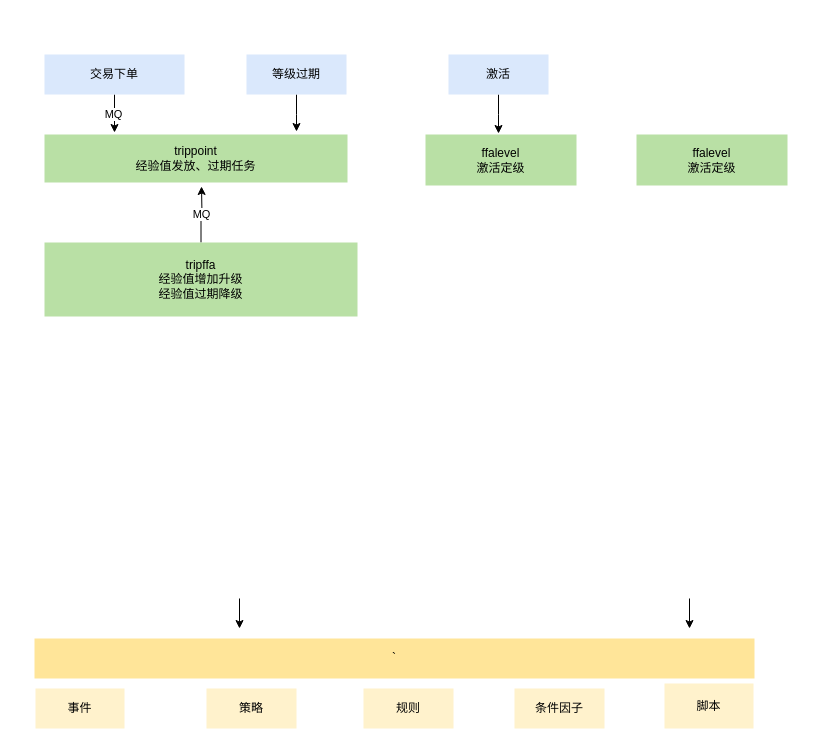
Earlier version of the draw.io diagram page "升级体系" (7 of 7) of 会员成长平台.drawio (renqiuming/drawio). Source tidied: cells renumbered, new cells numbered last; positions are measured from the earlier drawing's top-left corner, leaving out a move shared by most shapes. Both pictures are drawn from the tidied source at 100%, with x=0, y=0 at pixel (34, 54).
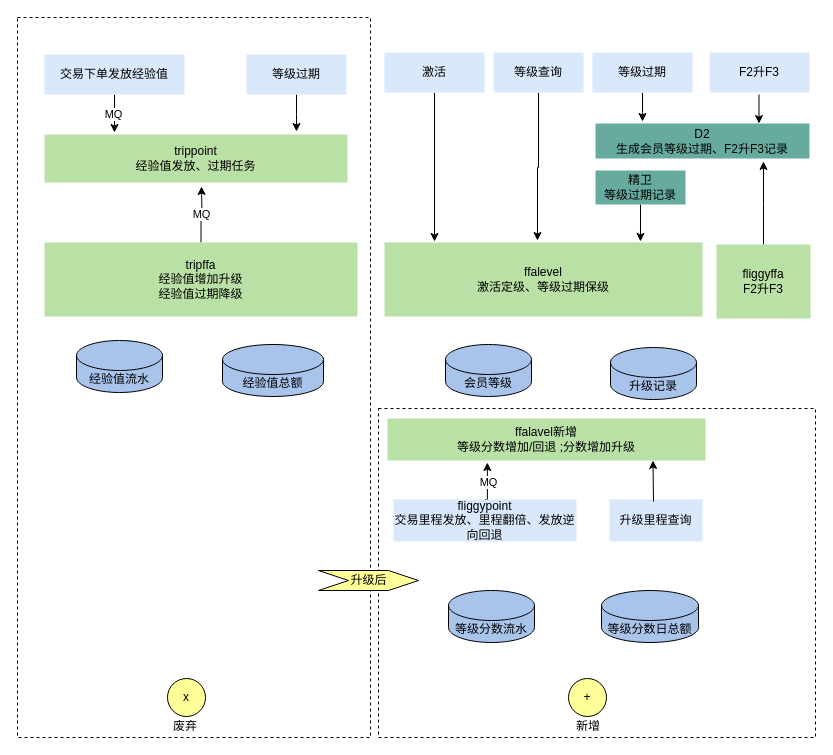
After the change.

Commit message:
更新会员成长平台.drawio

The edit, as a diff of the source:
```diff
@@
-    <mxCell id="2" value="`" style="rounded=0;whiteSpace=wrap;html=1;fillColor=#FFE599;strokeColor=none;" parent="1" vertex="1">
-      <mxGeometry y="584" width="720" height="40" as="geometry" />
-    </mxCell>
-    <mxCell id="3" style="edgeStyle=orthogonalEdgeStyle;rounded=0;orthogonalLoop=1;jettySize=auto;html=1;" parent="1" edge="1">
-      <mxGeometry relative="1" as="geometry">
-        <mxPoint x="205" y="544" as="sourcePoint" />
-        <mxPoint x="205" y="574" as="targetPoint" />
-      </mxGeometry>
-    </mxCell>
+    <mxCell id="22" style="rounded=0;whiteSpace=wrap;html=1;dashed=1;" parent="1" vertex="1">
+      <mxGeometry x="344" y="354" width="437" height="329" as="geometry" />
+    </mxCell>
+    <mxCell id="23" style="rounded=0;whiteSpace=wrap;html=1;dashed=1;" parent="1" vertex="1">
+      <mxGeometry x="-17" y="-37" width="353" height="720" as="geometry" />
+    </mxCell>
@@
-    <mxCell id="6" value="交易下单" style="rounded=0;whiteSpace=wrap;html=1;fillColor=#dae8fc;strokeColor=none;" parent="1" vertex="1">
+    <mxCell id="6" value="交易下单发放经验值" style="rounded=0;whiteSpace=wrap;html=1;fillColor=#dae8fc;strokeColor=none;" parent="1" vertex="1">
       <mxGeometry x="10" width="140" height="40" as="geometry" />
     </mxCell>
     <mxCell id="7" style="edgeStyle=orthogonalEdgeStyle;rounded=0;jettySize=auto;html=1;" parent="1" edge="1" source="8">
       <mxGeometry relative="1" as="geometry">
-        <mxPoint x="464" y="79" as="targetPoint" />
+        <mxPoint x="400" y="187" as="targetPoint" />
       </mxGeometry>
     </mxCell>
     <mxCell id="8" value="激活" style="rounded=0;whiteSpace=wrap;html=1;fillColor=#dae8fc;strokeColor=none;" parent="1" vertex="1">
-      <mxGeometry x="414" width="100" height="40" as="geometry" />
+      <mxGeometry x="350" y="-2" width="100" height="40" as="geometry" />
     </mxCell>
-    <mxCell id="9" style="edgeStyle=orthogonalEdgeStyle;rounded=0;orthogonalLoop=1;jettySize=auto;html=1;" parent="1" edge="1">
-      <mxGeometry relative="1" as="geometry">
-        <mxPoint x="655" y="544" as="sourcePoint" />
-        <mxPoint x="655" y="574" as="targetPoint" />
-      </mxGeometry>
-    </mxCell>
-    <mxCell id="10" value="事件" style="rounded=0;whiteSpace=wrap;html=1;fillColor=#FFF2CC;strokeColor=none;" parent="1" vertex="1">
-      <mxGeometry x="1" y="634" width="89" height="40" as="geometry" />
-    </mxCell>
-    <mxCell id="11" value="策略" style="rounded=0;whiteSpace=wrap;html=1;fillColor=#FFF2CC;strokeColor=none;" parent="1" vertex="1">
-      <mxGeometry x="172" y="634" width="90" height="40" as="geometry" />
-    </mxCell>
-    <mxCell id="12" value="规则" style="rounded=0;whiteSpace=wrap;html=1;fillColor=#FFF2CC;strokeColor=none;" parent="1" vertex="1">
-      <mxGeometry x="329" y="634" width="90" height="40" as="geometry" />
-    </mxCell>
-    <mxCell id="13" value="条件因子" style="rounded=0;whiteSpace=wrap;html=1;fillColor=#FFF2CC;strokeColor=none;" parent="1" vertex="1">
-      <mxGeometry x="480" y="634" width="90" height="40" as="geometry" />
-    </mxCell>
-    <mxCell id="14" value="脚本" style="rounded=0;whiteSpace=wrap;html=1;fillColor=#FFF2CC;strokeColor=none;" parent="1" vertex="1">
-      <mxGeometry x="630" y="629" width="89" height="45" as="geometry" />
-    </mxCell>
@@
-    <mxCell id="20" value="ffalevel&lt;br&gt;激活定级" style="rounded=0;whiteSpace=wrap;html=1;fillColor=#B9E0A5;strokeColor=none;" parent="1" vertex="1">
-      <mxGeometry x="391" y="80" width="151" height="51" as="geometry" />
+    <mxCell id="20" value="ffalevel&lt;br&gt;激活定级、等级过期保级&lt;br&gt;" style="rounded=0;whiteSpace=wrap;html=1;fillColor=#B9E0A5;strokeColor=none;" parent="1" vertex="1">
+      <mxGeometry x="350" y="188" width="318" height="74" as="geometry" />
     </mxCell>
+    <mxCell id="24" style="edgeStyle=orthogonalEdgeStyle;rounded=0;jettySize=auto;html=1;entryX=0.805;entryY=-0.014;entryDx=0;entryDy=0;entryPerimeter=0;" parent="1" edge="1" source="21" target="20">
+      <mxGeometry relative="1" as="geometry" />
+    </mxCell>
-    <mxCell id="21" value="ffalevel&lt;br&gt;激活定级" style="rounded=0;whiteSpace=wrap;html=1;fillColor=#B9E0A5;strokeColor=none;" parent="1" vertex="1">
-      <mxGeometry x="602" y="80" width="151" height="51" as="geometry" />
+    <mxCell id="21" value="精卫&lt;br&gt;等级过期记录" style="rounded=0;whiteSpace=wrap;html=1;fillColor=#67AB9F;strokeColor=none;" parent="1" vertex="1">
+      <mxGeometry x="561" y="116" width="90" height="34" as="geometry" />
     </mxCell>
+    <mxCell id="25" style="edgeStyle=orthogonalEdgeStyle;rounded=0;jettySize=auto;html=1;" parent="1" edge="1" source="26">
+      <mxGeometry relative="1" as="geometry">
+        <mxPoint x="608" y="67" as="targetPoint" />
+      </mxGeometry>
+    </mxCell>
+    <mxCell id="26" value="等级过期" style="rounded=0;whiteSpace=wrap;html=1;fillColor=#dae8fc;strokeColor=none;" parent="1" vertex="1">
+      <mxGeometry x="558" y="-2" width="100" height="40" as="geometry" />
+    </mxCell>
+    <mxCell id="27" value="D2&lt;br&gt;生成会员等级过期、F2升F3记录" style="rounded=0;whiteSpace=wrap;html=1;fillColor=#67AB9F;strokeColor=none;" parent="1" vertex="1">
+      <mxGeometry x="561" y="69" width="214" height="35" as="geometry" />
+    </mxCell>
+    <mxCell id="28" value="F2升F3" style="rounded=0;whiteSpace=wrap;html=1;fillColor=#dae8fc;strokeColor=none;" parent="1" vertex="1">
+      <mxGeometry x="675" y="-2" width="100" height="40" as="geometry" />
+    </mxCell>
+    <mxCell id="29" style="edgeStyle=orthogonalEdgeStyle;rounded=0;jettySize=auto;html=1;exitX=0.5;exitY=0;exitDx=0;exitDy=0;" parent="1" edge="1" source="30">
+      <mxGeometry relative="1" as="geometry">
+        <mxPoint x="729" y="107" as="targetPoint" />
+      </mxGeometry>
+    </mxCell>
+    <mxCell id="30" value="fliggyffa&lt;br&gt;F2升F3" style="rounded=0;whiteSpace=wrap;html=1;fillColor=#B9E0A5;strokeColor=none;" parent="1" vertex="1">
+      <mxGeometry x="682" y="190" width="94" height="74" as="geometry" />
+    </mxCell>
+    <mxCell id="31" style="edgeStyle=orthogonalEdgeStyle;rounded=0;jettySize=auto;html=1;entryX=0.481;entryY=-0.027;entryDx=0;entryDy=0;entryPerimeter=0;" parent="1" edge="1" source="32" target="20">
+      <mxGeometry relative="1" as="geometry" />
+    </mxCell>
+    <mxCell id="32" value="等级查询" style="rounded=0;whiteSpace=wrap;html=1;fillColor=#dae8fc;strokeColor=none;" parent="1" vertex="1">
+      <mxGeometry x="459" y="-2" width="90" height="40" as="geometry" />
+    </mxCell>
+    <mxCell id="33" style="edgeStyle=orthogonalEdgeStyle;rounded=0;orthogonalLoop=1;jettySize=auto;html=1;" parent="1" edge="1">
+      <mxGeometry relative="1" as="geometry">
+        <mxPoint x="724.5" y="40" as="sourcePoint" />
+        <mxPoint x="724.5" y="69" as="targetPoint" />
+      </mxGeometry>
+    </mxCell>
+    <mxCell id="34" value="x" style="ellipse;whiteSpace=wrap;html=1;fillColor=#FFFF99;" parent="1" vertex="1">
+      <mxGeometry x="133" y="624" width="38" height="38" as="geometry" />
+    </mxCell>
+    <mxCell id="35" style="edgeStyle=orthogonalEdgeStyle;rounded=0;jettySize=auto;html=1;exitX=0.5;exitY=0;exitDx=0;exitDy=0;entryX=0.314;entryY=1.048;entryDx=0;entryDy=0;entryPerimeter=0;" parent="1" edge="1" source="37" target="39">
+      <mxGeometry relative="1" as="geometry" />
+    </mxCell>
+    <mxCell id="36" value="MQ" style="edgeLabel;html=1;align=center;verticalAlign=middle;" parent="35" vertex="1">
+      <mxGeometry x="0.04" y="-1" relative="1" as="geometry" />
+    </mxCell>
+    <mxCell id="37" value="fliggypoint&lt;br&gt;交易里程发放、里程翻倍、发放逆向回退" style="rounded=0;whiteSpace=wrap;html=1;fillColor=#dae8fc;strokeColor=none;" parent="1" vertex="1">
+      <mxGeometry x="359" y="445" width="183" height="42" as="geometry" />
+    </mxCell>
+    <mxCell id="38" value="+" style="ellipse;whiteSpace=wrap;html=1;fillColor=#FFFF99;" parent="1" vertex="1">
+      <mxGeometry x="534" y="624" width="38" height="38" as="geometry" />
+    </mxCell>
+    <mxCell id="39" value="ffalavel新增&lt;br&gt;等级分数增加/回退 ;分数增加升级" style="rounded=0;whiteSpace=wrap;html=1;fillColor=#B9E0A5;strokeColor=none;" parent="1" vertex="1">
+      <mxGeometry x="353" y="364" width="318" height="42" as="geometry" />
+    </mxCell>
+    <mxCell id="40" value="废弃" style="text;html=1;strokeColor=none;fillColor=none;align=center;verticalAlign=middle;whiteSpace=wrap;rounded=0;" parent="1" vertex="1">
+      <mxGeometry x="131" y="662" width="40" height="20" as="geometry" />
+    </mxCell>
+    <mxCell id="41" value="新增" style="text;html=1;strokeColor=none;fillColor=none;align=center;verticalAlign=middle;whiteSpace=wrap;rounded=0;" parent="1" vertex="1">
+      <mxGeometry x="534" y="662" width="40" height="20" as="geometry" />
+    </mxCell>
+    <mxCell id="42" value="升级后" style="html=1;shadow=0;dashed=0;align=center;verticalAlign=middle;shape=mxgraph.arrows2.arrow;dy=0;dx=30;notch=30;fillColor=#FFFF99;" parent="1" vertex="1">
+      <mxGeometry x="284" y="516" width="100" height="20" as="geometry" />
+    </mxCell>
+    <mxCell id="43" value="经验值总额" style="shape=cylinder3;whiteSpace=wrap;html=1;boundedLbl=1;backgroundOutline=1;size=15;fillColor=#A9C4EB;" parent="1" vertex="1">
+      <mxGeometry x="188" y="290" width="101" height="52" as="geometry" />
+    </mxCell>
+    <mxCell id="44" value="经验值流水" style="shape=cylinder3;whiteSpace=wrap;html=1;boundedLbl=1;backgroundOutline=1;size=15;fillColor=#A9C4EB;" parent="1" vertex="1">
+      <mxGeometry x="42" y="286" width="86" height="52" as="geometry" />
+    </mxCell>
+    <mxCell id="45" value="等级分数流水" style="shape=cylinder3;whiteSpace=wrap;html=1;boundedLbl=1;backgroundOutline=1;size=15;fillColor=#A9C4EB;" parent="1" vertex="1">
+      <mxGeometry x="414" y="536" width="86" height="52" as="geometry" />
+    </mxCell>
+    <mxCell id="46" value="等级分数日总额" style="shape=cylinder3;whiteSpace=wrap;html=1;boundedLbl=1;backgroundOutline=1;size=15;fillColor=#A9C4EB;" parent="1" vertex="1">
+      <mxGeometry x="567" y="536" width="97" height="52" as="geometry" />
+    </mxCell>
+    <mxCell id="47" value="会员等级" style="shape=cylinder3;whiteSpace=wrap;html=1;boundedLbl=1;backgroundOutline=1;size=15;fillColor=#A9C4EB;" parent="1" vertex="1">
+      <mxGeometry x="411" y="290" width="86" height="52" as="geometry" />
+    </mxCell>
+    <mxCell id="48" value="升级记录" style="shape=cylinder3;whiteSpace=wrap;html=1;boundedLbl=1;backgroundOutline=1;size=15;fillColor=#A9C4EB;" parent="1" vertex="1">
+      <mxGeometry x="576" y="293" width="86" height="52" as="geometry" />
+    </mxCell>
+    <mxCell id="49" value="升级里程查询" style="rounded=0;whiteSpace=wrap;html=1;fillColor=#dae8fc;strokeColor=none;" parent="1" vertex="1">
+      <mxGeometry x="575" y="445" width="93" height="42" as="geometry" />
+    </mxCell>
+    <mxCell id="50" style="endArrow=classic;html=1;" parent="1" edge="1">
+      <mxGeometry relative="1" as="geometry">
+        <mxPoint x="619" y="447" as="sourcePoint" />
+        <mxPoint x="618.5" y="406" as="targetPoint" />
+      </mxGeometry>
+    </mxCell>
```
